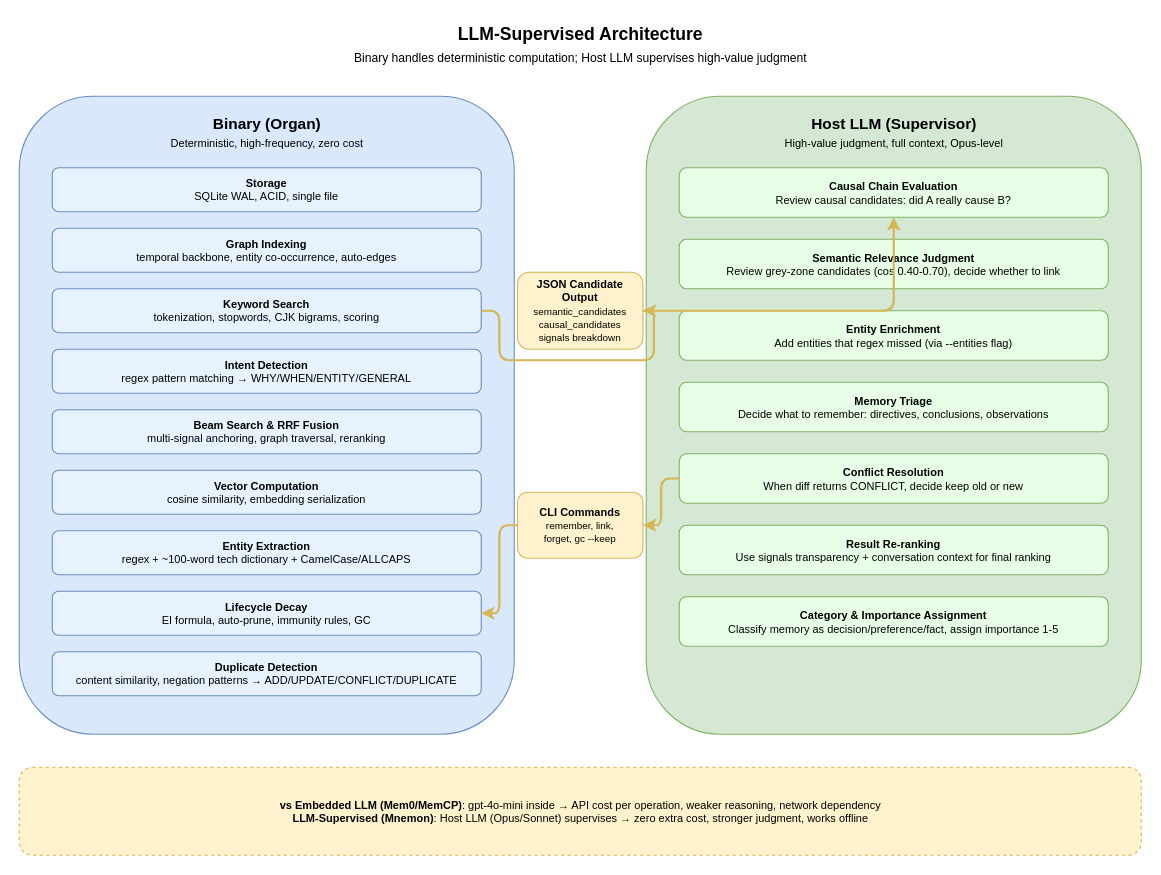
Before: docs/diagrams/05-llm-supervised.drawio in bissli/memman, a draw.io diagram. Source tidied: cells renumbered, new cells numbered last; positions are measured from the earlier drawing's top-left corner, leaving out a move shared by most shapes. Both pictures are drawn from the tidied source at 110%, with x=0, y=0 at pixel (19, 19).
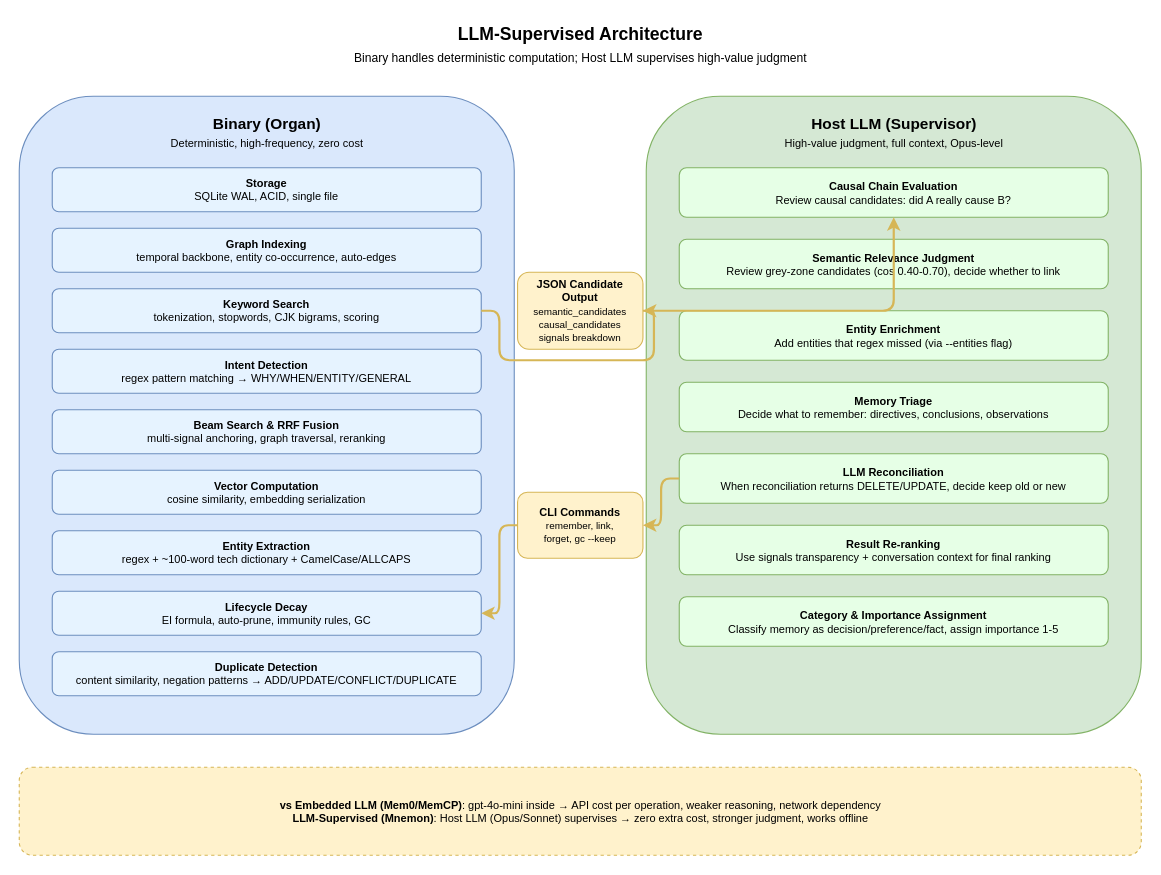
The same page after the edit.

Diff of the diagram source:
```diff
@@
-    <mxCell id="20" value="&lt;b&gt;Conflict Resolution&lt;/b&gt;&lt;br&gt;When diff returns CONFLICT, decide keep old or new" style="rounded=1;whiteSpace=wrap;html=1;fillColor=#E6FFE6;strokeColor=#82b366;fontSize=10;" parent="1" vertex="1">
+    <mxCell id="20" value="&lt;b&gt;LLM Reconciliation&lt;/b&gt;&lt;br&gt;When reconciliation returns DELETE/UPDATE, decide keep old or new" style="rounded=1;whiteSpace=wrap;html=1;fillColor=#E6FFE6;strokeColor=#82b366;fontSize=10;" parent="1" vertex="1">
       <mxGeometry x="600" y="395" width="390" height="45" as="geometry" />
     </mxCell>
```
